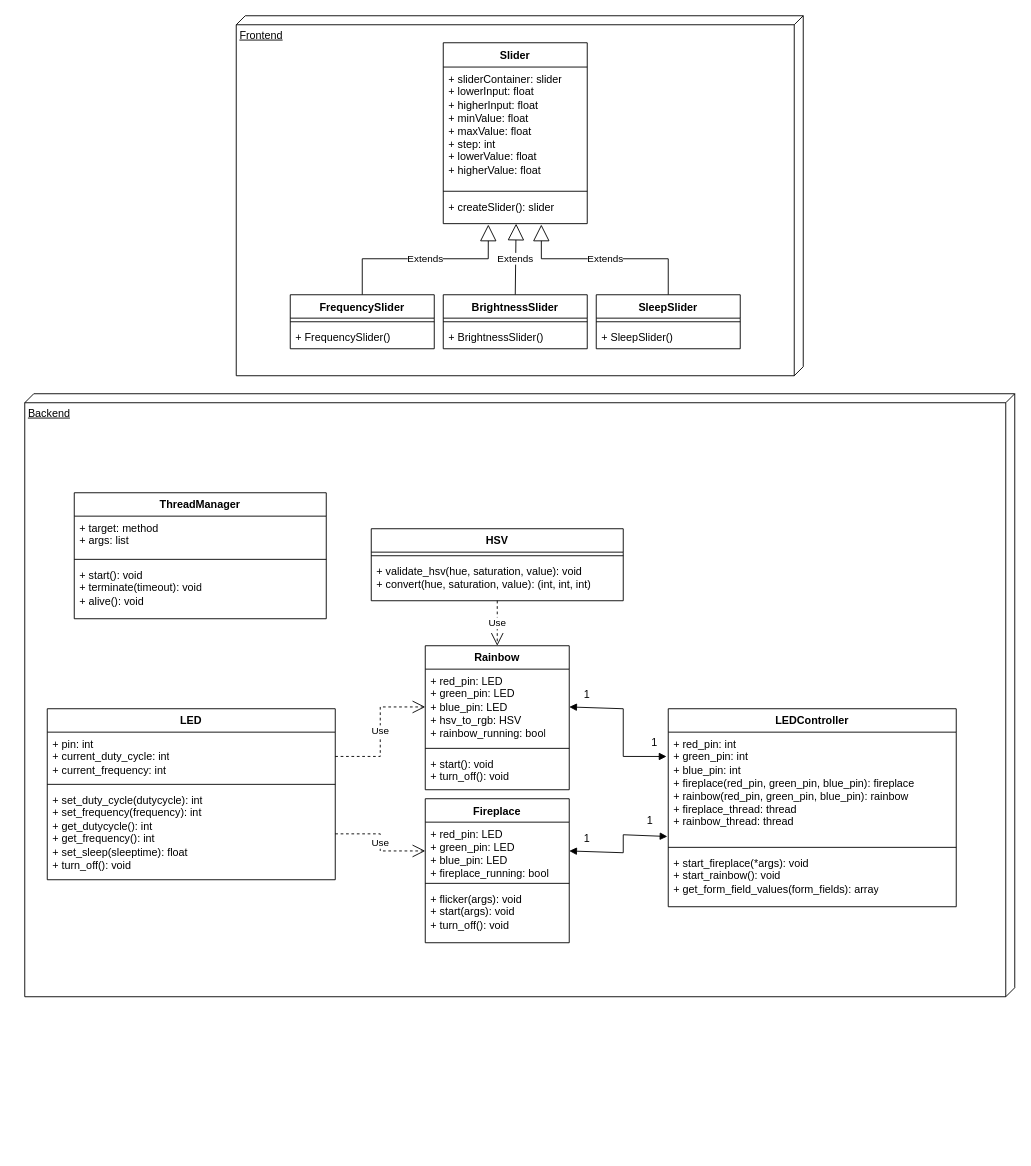
Before: uml_diagrams/class_diagram_v2.drawio in Phaneron97/smartLedstrip, a draw.io diagram. Source tidied: cells renumbered, new cells numbered last; positions are measured from the earlier drawing's top-left corner, leaving out a move shared by most shapes. Both pictures are drawn from the tidied source at 90%, with x=0, y=0 at pixel (24, 15).
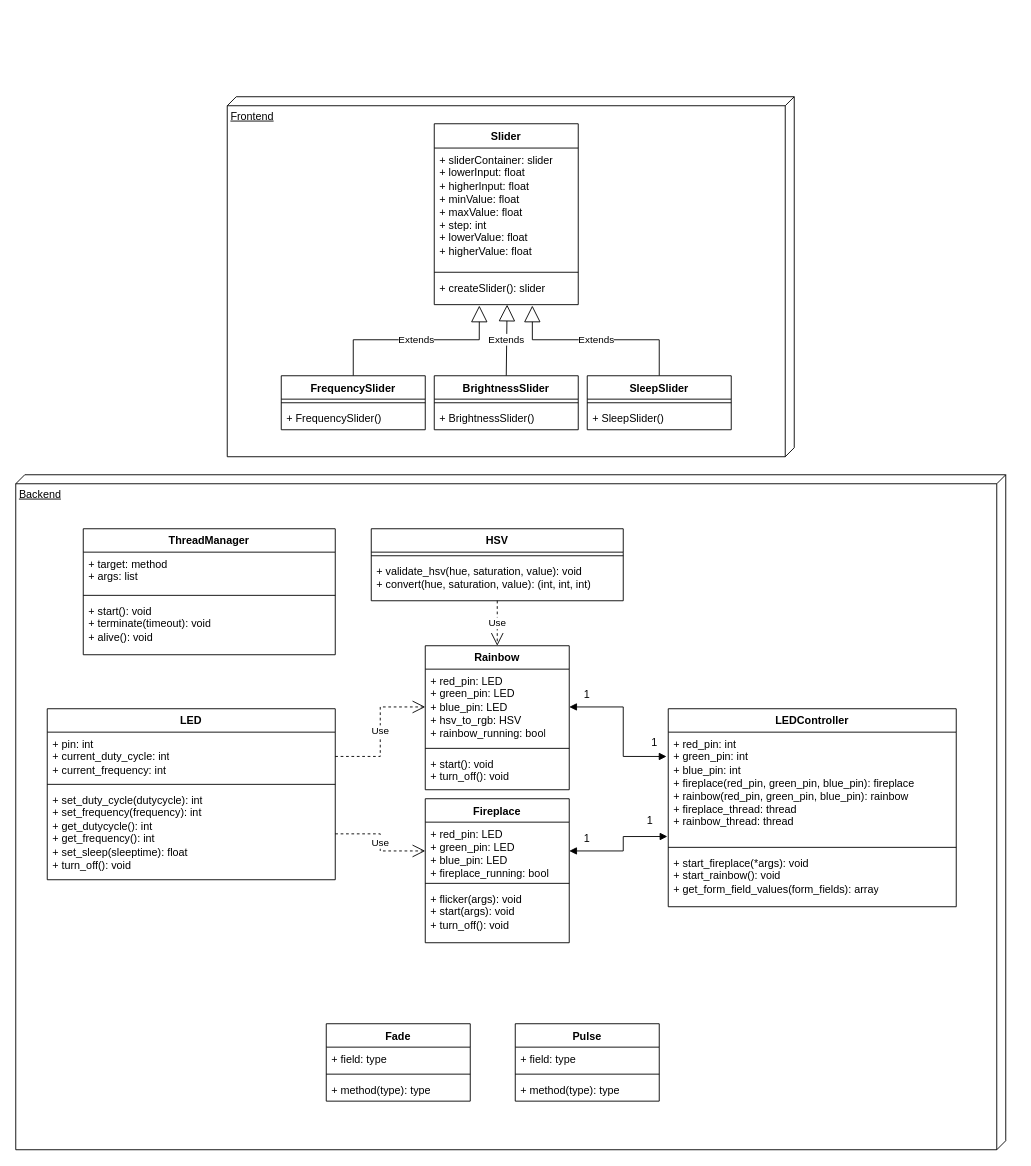
Above is the later version.

Unchanged cells that the change refers to:
```xml
<mxCell id="7" value="&lt;div&gt;+ createSlider(): slider&lt;/div&gt;" style="text;strokeColor=none;fillColor=none;align=left;verticalAlign=top;spacingLeft=4;spacingRight=4;overflow=hidden;points=[[0,0.5],[1,0.5]];portConstraint=eastwest;whiteSpace=wrap;html=1;" parent="4" vertex="1">
  <mxGeometry y="169" width="160" height="32" as="geometry" />
</mxCell>
<mxCell id="12" value="&lt;div&gt;+ red_pin: int&lt;/div&gt;&lt;div&gt;+ green_pin: int&lt;/div&gt;&lt;div&gt;+ blue_pin: int&lt;/div&gt;&lt;div&gt;+ fireplace(red_pin, green_pin, blue_pin): fireplace&lt;/div&gt;&lt;div&gt;+ rainbow(red_pin, green_pin, blue_pin): rainbow&lt;/div&gt;&lt;div&gt;+ fireplace_thread: thread&lt;/div&gt;&lt;div&gt;+ rainbow_thread: thread&lt;/div&gt;" style="text;strokeColor=none;fillColor=none;align=left;verticalAlign=top;spacingLeft=4;spacingRight=4;overflow=hidden;points=[[0,0.5],[1,0.5]];portConstraint=eastwest;whiteSpace=wrap;html=1;" parent="11" vertex="1">
  <mxGeometry y="26" width="320" height="124" as="geometry" />
</mxCell>
<mxCell id="16" value="&lt;div&gt;+ red_pin: LED&lt;/div&gt;&lt;div&gt;+ green_pin: LED&lt;/div&gt;&lt;div&gt;+ blue_pin: LED&lt;/div&gt;&lt;div&gt;+ fireplace_running: bool&lt;br&gt;&lt;/div&gt;" style="text;strokeColor=none;fillColor=none;align=left;verticalAlign=top;spacingLeft=4;spacingRight=4;overflow=hidden;points=[[0,0.5],[1,0.5]];portConstraint=eastwest;whiteSpace=wrap;html=1;" parent="15" vertex="1">
  <mxGeometry y="26" width="160" height="64" as="geometry" />
</mxCell>
<mxCell id="31" value="&lt;div&gt;+ red_pin: LED&lt;/div&gt;&lt;div&gt;+ green_pin: LED&lt;/div&gt;&lt;div&gt;+ blue_pin: LED&lt;/div&gt;&lt;div&gt;+ hsv_to_rgb: HSV&lt;/div&gt;&lt;div&gt;+ rainbow_running: bool&lt;br&gt;&lt;/div&gt;" style="text;strokeColor=none;fillColor=none;align=left;verticalAlign=top;spacingLeft=4;spacingRight=4;overflow=hidden;points=[[0,0.5],[1,0.5]];portConstraint=eastwest;whiteSpace=wrap;html=1;" parent="30" vertex="1">
  <mxGeometry y="26" width="160" height="84" as="geometry" />
</mxCell>
```

What changed in the source:
```diff
@@
     <mxCell id="2" value="Frontend" style="verticalAlign=top;align=left;spacingTop=8;spacingLeft=2;spacingRight=12;shape=cube;size=10;direction=south;fontStyle=4;html=1;whiteSpace=wrap;" parent="1" vertex="1">
-      <mxGeometry x="235" width="630" height="400" as="geometry" />
+      <mxGeometry x="225" y="90" width="630" height="400" as="geometry" />
     </mxCell>
     <mxCell id="3" value="Backend" style="verticalAlign=top;align=left;spacingTop=8;spacingLeft=2;spacingRight=12;shape=cube;size=10;direction=south;fontStyle=4;html=1;whiteSpace=wrap;" parent="1" vertex="1">
-      <mxGeometry y="420" width="1100" height="670" as="geometry" />
+      <mxGeometry x="-10" y="510" width="1100" height="750" as="geometry" />
     </mxCell>
     <mxCell id="4" value="Slider" style="swimlane;fontStyle=1;align=center;verticalAlign=top;horizontal=1;startSize=27;whiteSpace=wrap;html=1;" parent="1" vertex="1">
-      <mxGeometry x="465" y="30" width="160" height="201" as="geometry" />
+      <mxGeometry x="455" y="120" width="160" height="201" as="geometry" />
     </mxCell>
@@
     <mxCell id="8" value="Extends" style="endArrow=block;endSize=16;endFill=0;html=1;rounded=0;exitX=0.5;exitY=0;exitDx=0;exitDy=0;entryX=0.313;entryY=1.031;entryDx=0;entryDy=0;entryPerimeter=0;" parent="1" edge="1" source="37" target="7">
       <mxGeometry x="0.01" relative="1" as="geometry">
         <Array as="points">
-          <mxPoint x="375" y="270" />
-          <mxPoint x="515" y="270" />
+          <mxPoint x="365" y="360" />
+          <mxPoint x="505" y="360" />
         </Array>
       </mxGeometry>
     </mxCell>
@@
     <mxCell id="10" value="Extends" style="endArrow=block;endSize=16;endFill=0;html=1;rounded=0;exitX=0.5;exitY=0;exitDx=0;exitDy=0;entryX=0.681;entryY=1.031;entryDx=0;entryDy=0;entryPerimeter=0;" parent="1" edge="1" source="40" target="7">
       <mxGeometry relative="1" as="geometry">
         <Array as="points">
-          <mxPoint x="715" y="270" />
-          <mxPoint x="645" y="270" />
-          <mxPoint x="574" y="270" />
+          <mxPoint x="705" y="360" />
+          <mxPoint x="635" y="360" />
+          <mxPoint x="564" y="360" />
         </Array>
       </mxGeometry>
     </mxCell>
@@
     <mxCell id="26" value="ThreadManager" style="swimlane;fontStyle=1;align=center;verticalAlign=top;horizontal=1;startSize=26;whiteSpace=wrap;html=1;" parent="1" vertex="1">
-      <mxGeometry x="55" y="530" width="280" height="140" as="geometry" />
+      <mxGeometry x="65" y="570" width="280" height="140" as="geometry" />
     </mxCell>
@@
     <mxCell id="34" value="BrightnessSlider" style="swimlane;fontStyle=1;align=center;verticalAlign=top;horizontal=1;startSize=26;whiteSpace=wrap;html=1;" parent="1" vertex="1">
-      <mxGeometry x="465" y="310" width="160" height="60" as="geometry" />
+      <mxGeometry x="455" y="400" width="160" height="60" as="geometry" />
     </mxCell>
@@
     <mxCell id="37" value="FrequencySlider" style="swimlane;fontStyle=1;align=center;verticalAlign=top;horizontal=1;startSize=26;whiteSpace=wrap;html=1;" parent="1" vertex="1">
-      <mxGeometry x="295" y="310" width="160" height="60" as="geometry" />
+      <mxGeometry x="285" y="400" width="160" height="60" as="geometry" />
     </mxCell>
@@
     <mxCell id="40" value="SleepSlider" style="swimlane;fontStyle=1;align=center;verticalAlign=top;horizontal=1;startSize=26;whiteSpace=wrap;html=1;" parent="1" vertex="1">
-      <mxGeometry x="635" y="310" width="160" height="60" as="geometry" />
+      <mxGeometry x="625" y="400" width="160" height="60" as="geometry" />
     </mxCell>
@@
     <mxCell id="46" style="endArrow=block;startArrow=block;endFill=1;startFill=1;html=1;rounded=0;entryX=-0.006;entryY=0.218;entryDx=0;entryDy=0;entryPerimeter=0;exitX=1;exitY=0.5;exitDx=0;exitDy=0;" parent="1" edge="1" source="31" target="12">
       <mxGeometry relative="1" as="geometry">
         <Array as="points">
-          <mxPoint x="665" y="770" />
+          <mxPoint x="665" y="768" />
           <mxPoint x="665" y="823" />
         </Array>
       </mxGeometry>
     </mxCell>
     <mxCell id="47" style="endArrow=block;startArrow=block;endFill=1;startFill=1;html=1;rounded=0;entryX=-0.003;entryY=0.935;entryDx=0;entryDy=0;entryPerimeter=0;exitX=1;exitY=0.5;exitDx=0;exitDy=0;" parent="1" edge="1" source="16" target="12">
       <mxGeometry relative="1" as="geometry">
         <Array as="points">
-          <mxPoint x="665" y="930" />
-          <mxPoint x="665" y="910" />
+          <mxPoint x="665" y="928" />
+          <mxPoint x="665" y="912" />
         </Array>
       </mxGeometry>
     </mxCell>
@@
+    <mxCell id="52" value="Pulse" style="swimlane;fontStyle=1;align=center;verticalAlign=top;horizontal=1;startSize=26;whiteSpace=wrap;html=1;" parent="1" vertex="1">
+      <mxGeometry x="545" y="1120" width="160" height="86" as="geometry" />
+    </mxCell>
+    <mxCell id="53" value="+ field: type" style="text;strokeColor=none;fillColor=none;align=left;verticalAlign=top;spacingLeft=4;spacingRight=4;overflow=hidden;whiteSpace=wrap;html=1;" parent="52" vertex="1">
+      <mxGeometry y="26" width="160" height="26" as="geometry" />
+    </mxCell>
+    <mxCell id="54" style="line;strokeWidth=1;fillColor=none;align=left;verticalAlign=middle;spacingTop=-1;spacingLeft=3;spacingRight=3;labelPosition=right;strokeColor=inherit;" parent="52" vertex="1">
+      <mxGeometry y="52" width="160" height="8" as="geometry" />
+    </mxCell>
+    <mxCell id="55" value="+ method(type): type" style="text;strokeColor=none;fillColor=none;align=left;verticalAlign=top;spacingLeft=4;spacingRight=4;overflow=hidden;whiteSpace=wrap;html=1;" parent="52" vertex="1">
+      <mxGeometry y="60" width="160" height="26" as="geometry" />
+    </mxCell>
+    <mxCell id="56" value="Fade" style="swimlane;fontStyle=1;align=center;verticalAlign=top;horizontal=1;startSize=26;whiteSpace=wrap;html=1;" parent="1" vertex="1">
+      <mxGeometry x="335" y="1120" width="160" height="86" as="geometry" />
+    </mxCell>
+    <mxCell id="57" value="+ field: type" style="text;strokeColor=none;fillColor=none;align=left;verticalAlign=top;spacingLeft=4;spacingRight=4;overflow=hidden;whiteSpace=wrap;html=1;" parent="56" vertex="1">
+      <mxGeometry y="26" width="160" height="26" as="geometry" />
+    </mxCell>
+    <mxCell id="58" style="line;strokeWidth=1;fillColor=none;align=left;verticalAlign=middle;spacingTop=-1;spacingLeft=3;spacingRight=3;labelPosition=right;strokeColor=inherit;" parent="56" vertex="1">
+      <mxGeometry y="52" width="160" height="8" as="geometry" />
+    </mxCell>
+    <mxCell id="59" value="+ method(type): type" style="text;strokeColor=none;fillColor=none;align=left;verticalAlign=top;spacingLeft=4;spacingRight=4;overflow=hidden;whiteSpace=wrap;html=1;" parent="56" vertex="1">
+      <mxGeometry y="60" width="160" height="26" as="geometry" />
+    </mxCell>
```
